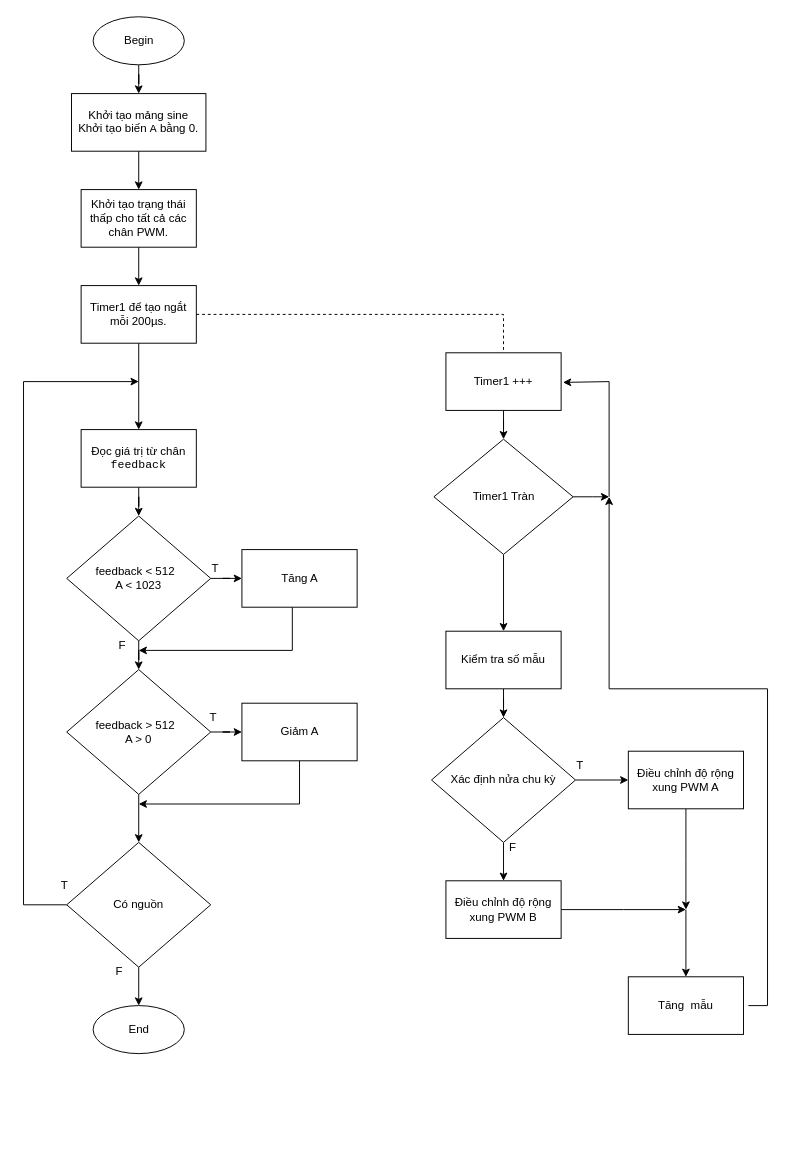
Above: doan2/luudo.drawio in zijipia/ArduinoCpp (draw.io), before the change. Source tidied: cells renumbered, new cells numbered last; positions are measured from the earlier drawing's top-left corner, leaving out a move shared by most shapes. Both pictures are drawn from the tidied source at 96%, with x=0, y=0 at pixel (23, 16).
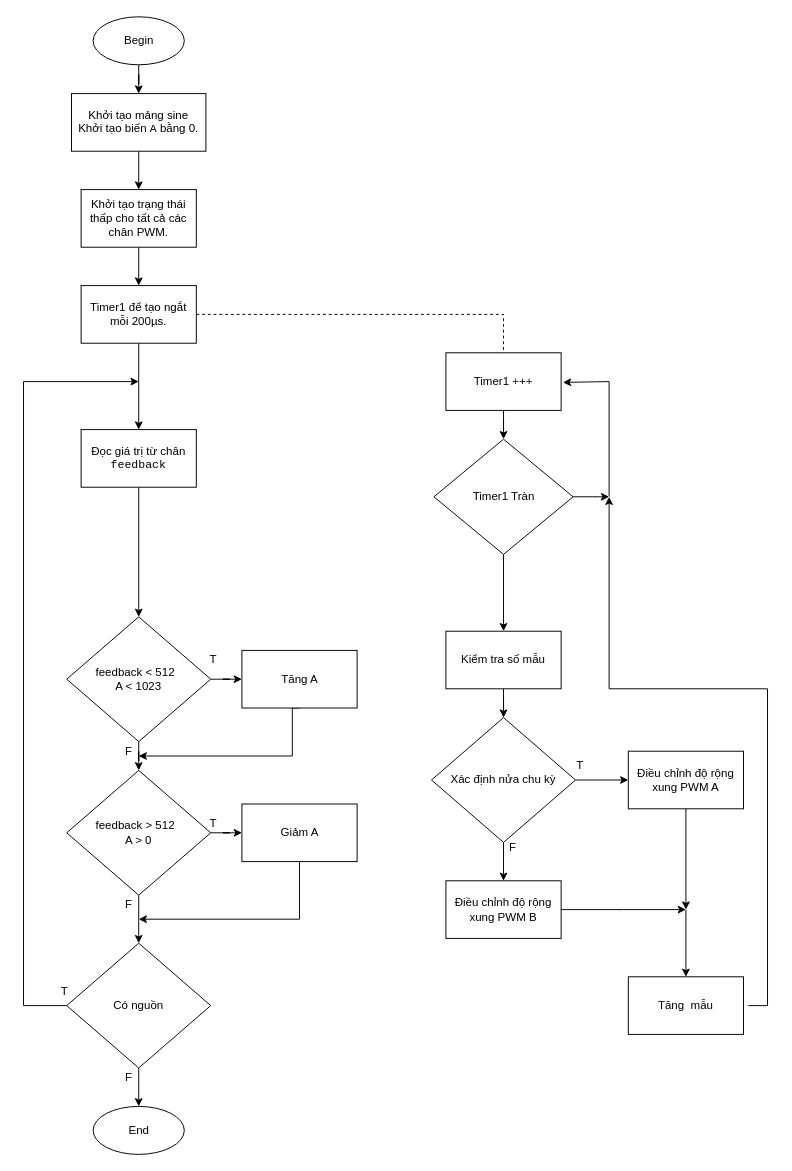
Above is the later version.

Change to the diagram source:
```diff
@@
     <mxCell id="4" value="End" style="ellipse;whiteSpace=wrap;html=1;" parent="1" vertex="1">
-      <mxGeometry x="72.5" y="1030" width="95" height="50" as="geometry" />
+      <mxGeometry x="72.5" y="1135" width="95" height="50" as="geometry" />
     </mxCell>
@@
     <mxCell id="15" value="feedback &amp;lt; 512&amp;nbsp;&amp;nbsp;&lt;div&gt;A &amp;lt; 1023&lt;/div&gt;" style="rhombus;whiteSpace=wrap;html=1;" parent="1" vertex="1">
-      <mxGeometry x="45" y="520" width="150" height="130" as="geometry" />
+      <mxGeometry x="45" y="625" width="150" height="130" as="geometry" />
     </mxCell>
-    <mxCell id="16" style="edgeStyle=orthogonalEdgeStyle;rounded=0;jettySize=auto;html=1;" parent="1" edge="1" source="17">
+    <mxCell id="16" style="edgeStyle=orthogonalEdgeStyle;rounded=0;jettySize=auto;html=1;exitX=0.5;exitY=1;exitDx=0;exitDy=0;" parent="1" edge="1" source="17">
       <mxGeometry relative="1" as="geometry">
-        <mxPoint x="120" y="660" as="targetPoint" />
+        <mxPoint x="120" y="770" as="targetPoint" />
         <Array as="points">
-          <mxPoint x="280" y="660" />
+          <mxPoint x="280" y="720" />
+          <mxPoint x="280" y="770" />
         </Array>
       </mxGeometry>
     </mxCell>
     <mxCell id="17" value="Tăng A" style="rounded=0;whiteSpace=wrap;html=1;" parent="1" vertex="1">
-      <mxGeometry x="227.5" y="555" width="120" height="60" as="geometry" />
+      <mxGeometry x="227.5" y="660" width="120" height="60" as="geometry" />
     </mxCell>
@@
     <mxCell id="20" value="feedback &amp;gt; 512&amp;nbsp;&amp;nbsp;&lt;div&gt;A &amp;gt; 0&lt;/div&gt;" style="rhombus;whiteSpace=wrap;html=1;" parent="1" vertex="1">
-      <mxGeometry x="45" y="680" width="150" height="130" as="geometry" />
+      <mxGeometry x="45" y="785" width="150" height="130" as="geometry" />
     </mxCell>
     <mxCell id="21" value="Giảm A" style="rounded=0;whiteSpace=wrap;html=1;" parent="1" vertex="1">
-      <mxGeometry x="227.5" y="715" width="120" height="60" as="geometry" />
+      <mxGeometry x="227.5" y="820" width="120" height="60" as="geometry" />
     </mxCell>
     <mxCell id="22" value="T" style="text;html=1;align=center;verticalAlign=middle;whiteSpace=wrap;rounded=0;" parent="1" vertex="1">
-      <mxGeometry x="170" y="560" width="60" height="30" as="geometry" />
+      <mxGeometry x="167.5" y="655" width="60" height="30" as="geometry" />
     </mxCell>
     <mxCell id="23" value="T" style="text;html=1;align=center;verticalAlign=middle;whiteSpace=wrap;rounded=0;" parent="1" vertex="1">
-      <mxGeometry x="167.5" y="715" width="60" height="30" as="geometry" />
+      <mxGeometry x="167.5" y="825" width="60" height="30" as="geometry" />
     </mxCell>
     <mxCell id="24" value="F" style="text;html=1;align=center;verticalAlign=middle;whiteSpace=wrap;rounded=0;" parent="1" vertex="1">
-      <mxGeometry x="72.5" y="640" width="60" height="30" as="geometry" />
+      <mxGeometry x="80" y="910" width="60" height="30" as="geometry" />
     </mxCell>
@@
     <mxCell id="26" style="edgeStyle=orthogonalEdgeStyle;rounded=0;jettySize=auto;html=1;exitX=0;exitY=0.5;exitDx=0;exitDy=0;" parent="1" edge="1" source="27">
       <mxGeometry relative="1" as="geometry">
         <mxPoint x="120" y="380" as="targetPoint" />
         <Array as="points">
-          <mxPoint y="925" />
+          <mxPoint y="1030" />
           <mxPoint y="380" />
         </Array>
       </mxGeometry>
     </mxCell>
     <mxCell id="27" value="Có nguồn" style="rhombus;whiteSpace=wrap;html=1;" parent="1" vertex="1">
-      <mxGeometry x="45" y="860" width="150" height="130" as="geometry" />
+      <mxGeometry x="45" y="965" width="150" height="130" as="geometry" />
     </mxCell>
     <mxCell id="28" value="T" style="text;html=1;align=center;verticalAlign=middle;whiteSpace=wrap;rounded=0;" parent="1" vertex="1">
-      <mxGeometry x="12.5" y="890" width="60" height="30" as="geometry" />
+      <mxGeometry x="12.5" y="1000" width="60" height="30" as="geometry" />
     </mxCell>
     <mxCell id="29" value="F" style="text;html=1;align=center;verticalAlign=middle;whiteSpace=wrap;rounded=0;" parent="1" vertex="1">
-      <mxGeometry x="70" y="980" width="60" height="30" as="geometry" />
+      <mxGeometry x="80" y="1090" width="60" height="30" as="geometry" />
     </mxCell>
     <mxCell id="30" style="edgeStyle=orthogonalEdgeStyle;rounded=0;jettySize=auto;html=1;exitX=0.5;exitY=1;exitDx=0;exitDy=0;" parent="1" edge="1" source="21">
       <mxGeometry relative="1" as="geometry">
-        <mxPoint x="120" y="820" as="targetPoint" />
+        <mxPoint x="120" y="940" as="targetPoint" />
         <Array as="points">
-          <mxPoint x="288" y="820" />
+          <mxPoint x="288" y="940" />
         </Array>
       </mxGeometry>
     </mxCell>
@@
+    <mxCell id="52" value="F" style="text;html=1;align=center;verticalAlign=middle;whiteSpace=wrap;rounded=0;" parent="1" vertex="1">
+      <mxGeometry x="80" y="750" width="60" height="30" as="geometry" />
+    </mxCell>
```
